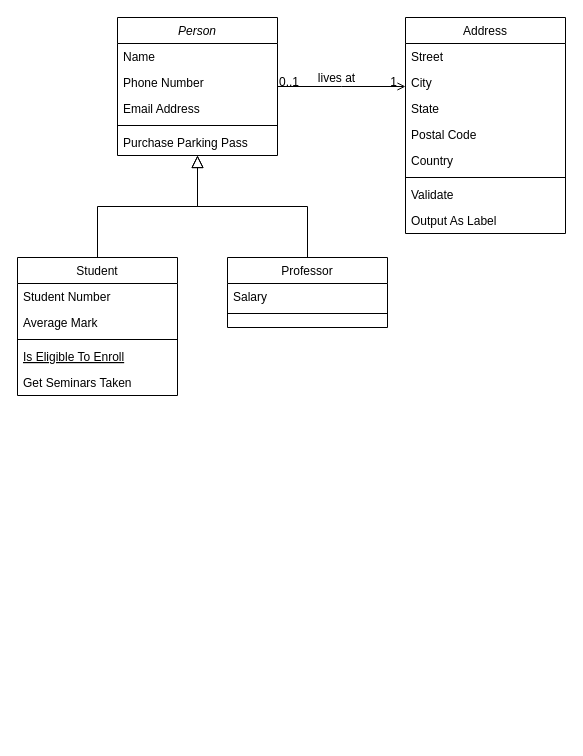
Above: Class-diagram-perpus-digital.drawio in SaniSahrulMuharam/Alur_perpus-digital (draw.io), before the change. Source tidied: cells renumbered, new cells numbered last; positions are measured from the earlier drawing's top-left corner, leaving out a move shared by most shapes. Both pictures are drawn from the tidied source at 100%, with x=0, y=0 at pixel (17, 17).
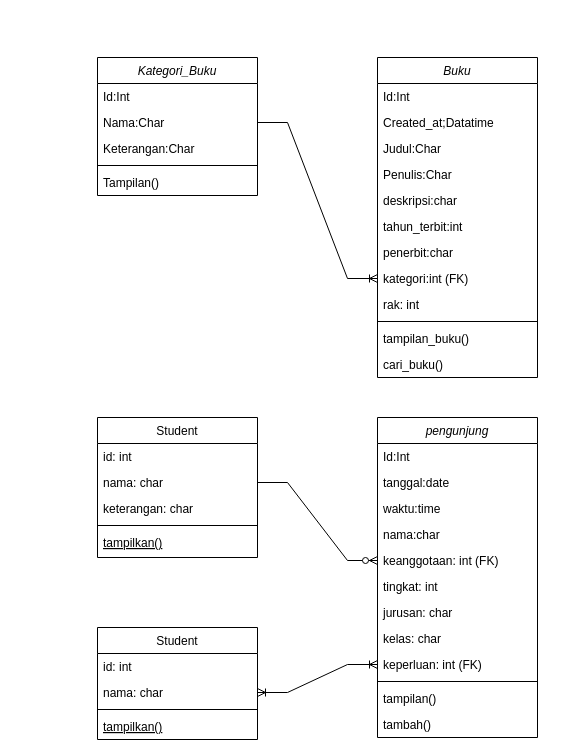
The same diagram, later.

Diff of the diagram source:
```diff
@@
-    <mxCell id="2" value="Person" style="swimlane;fontStyle=2;align=center;verticalAlign=top;horizontal=1;startSize=26;rounded=0;shadow=0;strokeWidth=1;" parent="1" vertex="1">
-      <mxGeometry x="100" width="160" height="138" as="geometry" />
+    <mxCell id="2" value="Kategori_Buku" style="swimlane;fontStyle=2;align=center;verticalAlign=top;horizontal=1;startSize=26;rounded=0;shadow=0;strokeWidth=1;" parent="1" vertex="1">
+      <mxGeometry x="80" y="40" width="160" height="138" as="geometry" />
     </mxCell>
-    <mxCell id="3" value="Name" style="text;align=left;verticalAlign=top;spacingLeft=4;spacingRight=4;overflow=hidden;" parent="2" vertex="1">
+    <mxCell id="3" value="Id:Int" style="text;align=left;verticalAlign=top;spacingLeft=4;spacingRight=4;overflow=hidden;" parent="2" vertex="1">
       <mxGeometry y="26" width="160" height="26" as="geometry" />
     </mxCell>
-    <mxCell id="4" value="Phone Number" style="text;align=left;verticalAlign=top;spacingLeft=4;spacingRight=4;overflow=hidden;points=[[0,0.5],[1,0.5]];portConstraint=eastwest;rounded=0;shadow=0;html=0;" parent="2" vertex="1">
+    <mxCell id="4" value="Nama:Char" style="text;align=left;verticalAlign=top;spacingLeft=4;spacingRight=4;overflow=hidden;points=[[0,0.5],[1,0.5]];portConstraint=eastwest;rounded=0;shadow=0;html=0;" parent="2" vertex="1">
       <mxGeometry y="52" width="160" height="26" as="geometry" />
     </mxCell>
-    <mxCell id="5" value="Email Address" style="text;align=left;verticalAlign=top;spacingLeft=4;spacingRight=4;overflow=hidden;rounded=0;shadow=0;html=0;" parent="2" vertex="1">
+    <mxCell id="5" value="Keterangan:Char" style="text;align=left;verticalAlign=top;spacingLeft=4;spacingRight=4;overflow=hidden;rounded=0;shadow=0;html=0;" parent="2" vertex="1">
       <mxGeometry y="78" width="160" height="26" as="geometry" />
     </mxCell>
@@
-    <mxCell id="7" value="Purchase Parking Pass" style="text;align=left;verticalAlign=top;spacingLeft=4;spacingRight=4;overflow=hidden;" parent="2" vertex="1">
+    <mxCell id="7" value="Tampilan()" style="text;align=left;verticalAlign=top;spacingLeft=4;spacingRight=4;overflow=hidden;" parent="2" vertex="1">
       <mxGeometry y="112" width="160" height="26" as="geometry" />
     </mxCell>
     <mxCell id="8" value="Student" style="swimlane;fontStyle=0;align=center;verticalAlign=top;horizontal=1;startSize=26;rounded=0;shadow=0;strokeWidth=1;" parent="1" vertex="1">
-      <mxGeometry y="240" width="160" height="138" as="geometry" />
+      <mxGeometry x="80" y="400" width="160" height="140" as="geometry" />
     </mxCell>
-    <mxCell id="9" value="Student Number" style="text;align=left;verticalAlign=top;spacingLeft=4;spacingRight=4;overflow=hidden;" parent="8" vertex="1">
+    <mxCell id="9" value="id: int" style="text;align=left;verticalAlign=top;spacingLeft=4;spacingRight=4;overflow=hidden;" parent="8" vertex="1">
       <mxGeometry y="26" width="160" height="26" as="geometry" />
     </mxCell>
-    <mxCell id="10" value="Average Mark" style="text;align=left;verticalAlign=top;spacingLeft=4;spacingRight=4;overflow=hidden;points=[[0,0.5],[1,0.5]];portConstraint=eastwest;rounded=0;shadow=0;html=0;" parent="8" vertex="1">
+    <mxCell id="10" value="nama: char" style="text;align=left;verticalAlign=top;spacingLeft=4;spacingRight=4;overflow=hidden;points=[[0,0.5],[1,0.5]];portConstraint=eastwest;rounded=0;shadow=0;html=0;" parent="8" vertex="1">
       <mxGeometry y="52" width="160" height="26" as="geometry" />
     </mxCell>
+    <mxCell id="32" value="keterangan: char" style="text;align=left;verticalAlign=top;spacingLeft=4;spacingRight=4;overflow=hidden;rounded=0;shadow=0;html=0;" parent="8" vertex="1">
+      <mxGeometry y="78" width="160" height="26" as="geometry" />
+    </mxCell>
     <mxCell id="11" style="line;html=1;strokeWidth=1;align=left;verticalAlign=middle;spacingTop=-1;spacingLeft=3;spacingRight=3;labelPosition=right;" parent="8" vertex="1">
-      <mxGeometry y="78" width="160" height="8" as="geometry" />
+      <mxGeometry y="104" width="160" height="8" as="geometry" />
     </mxCell>
-    <mxCell id="12" value="Is Eligible To Enroll" style="text;align=left;verticalAlign=top;spacingLeft=4;spacingRight=4;overflow=hidden;fontStyle=4;" parent="8" vertex="1">
-      <mxGeometry y="86" width="160" height="26" as="geometry" />
+    <mxCell id="12" value="tampilkan()" style="text;align=left;verticalAlign=top;spacingLeft=4;spacingRight=4;overflow=hidden;fontStyle=4;" parent="8" vertex="1">
+      <mxGeometry y="112" width="160" height="26" as="geometry" />
     </mxCell>
-    <mxCell id="13" value="Get Seminars Taken" style="text;align=left;verticalAlign=top;spacingLeft=4;spacingRight=4;overflow=hidden;" parent="8" vertex="1">
-      <mxGeometry y="112" width="160" height="26" as="geometry" />
-    </mxCell>
-    <mxCell id="14" style="endArrow=block;endSize=10;endFill=0;shadow=0;strokeWidth=1;rounded=0;edgeStyle=elbowEdgeStyle;elbow=vertical;" parent="1" edge="1" source="8" target="2">
-      <mxGeometry relative="1" as="geometry" />
-    </mxCell>
-    <mxCell id="15" value="Professor" style="swimlane;fontStyle=0;align=center;verticalAlign=top;horizontal=1;startSize=26;rounded=0;shadow=0;strokeWidth=1;" parent="1" vertex="1">
-      <mxGeometry x="210" y="240" width="160" height="70" as="geometry" />
-    </mxCell>
-    <mxCell id="16" value="Salary" style="text;align=left;verticalAlign=top;spacingLeft=4;spacingRight=4;overflow=hidden;" parent="15" vertex="1">
-      <mxGeometry y="26" width="160" height="26" as="geometry" />
-    </mxCell>
-    <mxCell id="17" style="line;html=1;strokeWidth=1;align=left;verticalAlign=middle;spacingTop=-1;spacingLeft=3;spacingRight=3;labelPosition=right;" parent="15" vertex="1">
-      <mxGeometry y="52" width="160" height="8" as="geometry" />
-    </mxCell>
-    <mxCell id="18" style="endArrow=block;endSize=10;endFill=0;shadow=0;strokeWidth=1;rounded=0;edgeStyle=elbowEdgeStyle;elbow=vertical;" parent="1" edge="1" source="15" target="2">
-      <mxGeometry relative="1" as="geometry" />
-    </mxCell>
-    <mxCell id="19" value="Address" style="swimlane;fontStyle=0;align=center;verticalAlign=top;horizontal=1;startSize=26;rounded=0;shadow=0;strokeWidth=1;" parent="1" vertex="1">
-      <mxGeometry x="388" width="160" height="216" as="geometry" />
+    <mxCell id="19" value="Buku" style="swimlane;fontStyle=2;align=center;verticalAlign=top;horizontal=1;startSize=26;rounded=0;shadow=0;strokeWidth=1;" parent="1" vertex="1">
+      <mxGeometry x="360" y="40" width="160" height="320" as="geometry" />
     </mxCell>
-    <mxCell id="20" value="Street" style="text;align=left;verticalAlign=top;spacingLeft=4;spacingRight=4;overflow=hidden;" parent="19" vertex="1">
+    <mxCell id="20" value="Id:Int" style="text;align=left;verticalAlign=top;spacingLeft=4;spacingRight=4;overflow=hidden;" parent="19" vertex="1">
       <mxGeometry y="26" width="160" height="26" as="geometry" />
     </mxCell>
-    <mxCell id="21" value="City" style="text;align=left;verticalAlign=top;spacingLeft=4;spacingRight=4;overflow=hidden;rounded=0;shadow=0;html=0;" parent="19" vertex="1">
+    <mxCell id="21" value="Created_at;Datatime" style="text;align=left;verticalAlign=top;spacingLeft=4;spacingRight=4;overflow=hidden;rounded=0;shadow=0;html=0;" parent="19" vertex="1">
       <mxGeometry y="52" width="160" height="26" as="geometry" />
     </mxCell>
-    <mxCell id="22" value="State" style="text;align=left;verticalAlign=top;spacingLeft=4;spacingRight=4;overflow=hidden;rounded=0;shadow=0;html=0;" parent="19" vertex="1">
+    <mxCell id="22" value="Judul:Char" style="text;align=left;verticalAlign=top;spacingLeft=4;spacingRight=4;overflow=hidden;rounded=0;shadow=0;html=0;" parent="19" vertex="1">
       <mxGeometry y="78" width="160" height="26" as="geometry" />
     </mxCell>
-    <mxCell id="23" value="Postal Code" style="text;align=left;verticalAlign=top;spacingLeft=4;spacingRight=4;overflow=hidden;rounded=0;shadow=0;html=0;" parent="19" vertex="1">
+    <mxCell id="23" value="Penulis:Char" style="text;align=left;verticalAlign=top;spacingLeft=4;spacingRight=4;overflow=hidden;rounded=0;shadow=0;html=0;" parent="19" vertex="1">
       <mxGeometry y="104" width="160" height="26" as="geometry" />
     </mxCell>
-    <mxCell id="24" value="Country" style="text;align=left;verticalAlign=top;spacingLeft=4;spacingRight=4;overflow=hidden;rounded=0;shadow=0;html=0;" parent="19" vertex="1">
+    <mxCell id="24" value="deskripsi:char" style="text;align=left;verticalAlign=top;spacingLeft=4;spacingRight=4;overflow=hidden;rounded=0;shadow=0;html=0;" parent="19" vertex="1">
       <mxGeometry y="130" width="160" height="26" as="geometry" />
     </mxCell>
+    <mxCell id="33" value="tahun_terbit:int" style="text;align=left;verticalAlign=top;spacingLeft=4;spacingRight=4;overflow=hidden;rounded=0;shadow=0;html=0;" parent="19" vertex="1">
+      <mxGeometry y="156" width="160" height="26" as="geometry" />
+    </mxCell>
+    <mxCell id="34" value="penerbit:char" style="text;align=left;verticalAlign=top;spacingLeft=4;spacingRight=4;overflow=hidden;rounded=0;shadow=0;html=0;" parent="19" vertex="1">
+      <mxGeometry y="182" width="160" height="26" as="geometry" />
+    </mxCell>
+    <mxCell id="35" value="kategori:int (FK)" style="text;align=left;verticalAlign=top;spacingLeft=4;spacingRight=4;overflow=hidden;points=[[0,0.5],[1,0.5]];portConstraint=eastwest;rounded=0;shadow=0;html=0;" parent="19" vertex="1">
+      <mxGeometry y="208" width="160" height="26" as="geometry" />
+    </mxCell>
+    <mxCell id="36" value="rak: int" style="text;align=left;verticalAlign=top;spacingLeft=4;spacingRight=4;overflow=hidden;rounded=0;shadow=0;html=0;" parent="19" vertex="1">
+      <mxGeometry y="234" width="160" height="26" as="geometry" />
+    </mxCell>
     <mxCell id="25" style="line;html=1;strokeWidth=1;align=left;verticalAlign=middle;spacingTop=-1;spacingLeft=3;spacingRight=3;labelPosition=right;" parent="19" vertex="1">
-      <mxGeometry y="156" width="160" height="8" as="geometry" />
+      <mxGeometry y="260" width="160" height="8" as="geometry" />
     </mxCell>
-    <mxCell id="26" value="Validate" style="text;align=left;verticalAlign=top;spacingLeft=4;spacingRight=4;overflow=hidden;" parent="19" vertex="1">
-      <mxGeometry y="164" width="160" height="26" as="geometry" />
+    <mxCell id="26" value="tampilan_buku()" style="text;align=left;verticalAlign=top;spacingLeft=4;spacingRight=4;overflow=hidden;" parent="19" vertex="1">
+      <mxGeometry y="268" width="160" height="26" as="geometry" />
     </mxCell>
-    <mxCell id="27" value="Output As Label" style="text;align=left;verticalAlign=top;spacingLeft=4;spacingRight=4;overflow=hidden;" parent="19" vertex="1">
-      <mxGeometry y="190" width="160" height="26" as="geometry" />
+    <mxCell id="27" value="cari_buku()" style="text;align=left;verticalAlign=top;spacingLeft=4;spacingRight=4;overflow=hidden;" parent="19" vertex="1">
+      <mxGeometry y="294" width="160" height="26" as="geometry" />
     </mxCell>
-    <mxCell id="28" style="endArrow=open;shadow=0;strokeWidth=1;rounded=0;endFill=1;edgeStyle=elbowEdgeStyle;elbow=vertical;" parent="1" edge="1" source="2" target="19">
-      <mxGeometry x="0.5" y="41" relative="1" as="geometry">
-        <mxPoint x="-40" y="32" as="offset" />
-      </mxGeometry>
-    </mxCell>
-    <mxCell id="29" value="0..1" style="align=left;verticalAlign=bottom;labelBackgroundColor=none;fontSize=12;" parent="28" vertex="1">
-      <mxGeometry x="-1" relative="1" as="geometry">
-        <mxPoint y="4" as="offset" />
-      </mxGeometry>
-    </mxCell>
-    <mxCell id="30" value="1" style="align=right;verticalAlign=bottom;labelBackgroundColor=none;fontSize=12;" parent="28" vertex="1">
-      <mxGeometry x="1" relative="1" as="geometry">
-        <mxPoint x="-7" y="4" as="offset" />
-      </mxGeometry>
-    </mxCell>
-    <mxCell id="31" value="lives at" style="text;html=1;align=center;verticalAlign=middle;labelBackgroundColor=none;rounded=0;shadow=0;strokeWidth=1;fontSize=12;" parent="28" vertex="1">
-      <mxGeometry x="0.5" y="49" relative="1" as="geometry">
-        <mxPoint x="-38" y="40" as="offset" />
-      </mxGeometry>
-    </mxCell>
+    <mxCell id="37" value="pengunjung" style="swimlane;fontStyle=2;align=center;verticalAlign=top;horizontal=1;startSize=26;rounded=0;shadow=0;strokeWidth=1;" parent="1" vertex="1">
+      <mxGeometry x="360" y="400" width="160" height="320" as="geometry" />
+    </mxCell>
+    <mxCell id="38" value="Id:Int" style="text;align=left;verticalAlign=top;spacingLeft=4;spacingRight=4;overflow=hidden;" parent="37" vertex="1">
+      <mxGeometry y="26" width="160" height="26" as="geometry" />
+    </mxCell>
+    <mxCell id="39" value="tanggal:date" style="text;align=left;verticalAlign=top;spacingLeft=4;spacingRight=4;overflow=hidden;rounded=0;shadow=0;html=0;" parent="37" vertex="1">
+      <mxGeometry y="52" width="160" height="26" as="geometry" />
+    </mxCell>
+    <mxCell id="40" value="waktu:time" style="text;align=left;verticalAlign=top;spacingLeft=4;spacingRight=4;overflow=hidden;rounded=0;shadow=0;html=0;" parent="37" vertex="1">
+      <mxGeometry y="78" width="160" height="26" as="geometry" />
+    </mxCell>
+    <mxCell id="41" value="nama:char" style="text;align=left;verticalAlign=top;spacingLeft=4;spacingRight=4;overflow=hidden;rounded=0;shadow=0;html=0;" parent="37" vertex="1">
+      <mxGeometry y="104" width="160" height="26" as="geometry" />
+    </mxCell>
+    <mxCell id="42" value="keanggotaan: int (FK)" style="text;align=left;verticalAlign=top;spacingLeft=4;spacingRight=4;overflow=hidden;points=[[0,0.5],[1,0.5]];portConstraint=eastwest;rounded=0;shadow=0;html=0;" parent="37" vertex="1">
+      <mxGeometry y="130" width="160" height="26" as="geometry" />
+    </mxCell>
+    <mxCell id="43" value="tingkat: int" style="text;align=left;verticalAlign=top;spacingLeft=4;spacingRight=4;overflow=hidden;rounded=0;shadow=0;html=0;" parent="37" vertex="1">
+      <mxGeometry y="156" width="160" height="26" as="geometry" />
+    </mxCell>
+    <mxCell id="44" value="jurusan: char" style="text;align=left;verticalAlign=top;spacingLeft=4;spacingRight=4;overflow=hidden;rounded=0;shadow=0;html=0;" parent="37" vertex="1">
+      <mxGeometry y="182" width="160" height="26" as="geometry" />
+    </mxCell>
+    <mxCell id="45" value="kelas: char" style="text;align=left;verticalAlign=top;spacingLeft=4;spacingRight=4;overflow=hidden;rounded=0;shadow=0;html=0;" parent="37" vertex="1">
+      <mxGeometry y="208" width="160" height="26" as="geometry" />
+    </mxCell>
+    <mxCell id="46" value="keperluan: int (FK)" style="text;align=left;verticalAlign=top;spacingLeft=4;spacingRight=4;overflow=hidden;points=[[0,0.5],[1,0.5]];portConstraint=eastwest;rounded=0;shadow=0;html=0;" parent="37" vertex="1">
+      <mxGeometry y="234" width="160" height="26" as="geometry" />
+    </mxCell>
+    <mxCell id="47" style="line;html=1;strokeWidth=1;align=left;verticalAlign=middle;spacingTop=-1;spacingLeft=3;spacingRight=3;labelPosition=right;" parent="37" vertex="1">
+      <mxGeometry y="260" width="160" height="8" as="geometry" />
+    </mxCell>
+    <mxCell id="48" value="tampilan()" style="text;align=left;verticalAlign=top;spacingLeft=4;spacingRight=4;overflow=hidden;" parent="37" vertex="1">
+      <mxGeometry y="268" width="160" height="26" as="geometry" />
+    </mxCell>
+    <mxCell id="49" value="tambah()" style="text;align=left;verticalAlign=top;spacingLeft=4;spacingRight=4;overflow=hidden;" parent="37" vertex="1">
+      <mxGeometry y="294" width="160" height="26" as="geometry" />
+    </mxCell>
+    <mxCell id="50" value="Student" style="swimlane;fontStyle=0;align=center;verticalAlign=top;horizontal=1;startSize=26;rounded=0;shadow=0;strokeWidth=1;" parent="1" vertex="1">
+      <mxGeometry x="80" y="610" width="160" height="112" as="geometry" />
+    </mxCell>
+    <mxCell id="51" value="id: int" style="text;align=left;verticalAlign=top;spacingLeft=4;spacingRight=4;overflow=hidden;" parent="50" vertex="1">
+      <mxGeometry y="26" width="160" height="26" as="geometry" />
+    </mxCell>
+    <mxCell id="52" value="nama: char" style="text;align=left;verticalAlign=top;spacingLeft=4;spacingRight=4;overflow=hidden;points=[[0,0.5],[1,0.5]];portConstraint=eastwest;rounded=0;shadow=0;html=0;" parent="50" vertex="1">
+      <mxGeometry y="52" width="160" height="26" as="geometry" />
+    </mxCell>
+    <mxCell id="53" style="line;html=1;strokeWidth=1;align=left;verticalAlign=middle;spacingTop=-1;spacingLeft=3;spacingRight=3;labelPosition=right;" parent="50" vertex="1">
+      <mxGeometry y="78" width="160" height="8" as="geometry" />
+    </mxCell>
+    <mxCell id="54" value="tampilkan()" style="text;align=left;verticalAlign=top;spacingLeft=4;spacingRight=4;overflow=hidden;fontStyle=4;" parent="50" vertex="1">
+      <mxGeometry y="86" width="160" height="26" as="geometry" />
+    </mxCell>
+    <mxCell id="55" style="edgeStyle=entityRelationEdgeStyle;fontSize=12;html=1;endArrow=ERoneToMany;rounded=0;exitX=1;exitY=0.5;exitDx=0;exitDy=0;entryX=0;entryY=0.5;entryDx=0;entryDy=0;" parent="1" edge="1" source="4" target="35">
+      <mxGeometry relative="1" as="geometry" />
+    </mxCell>
+    <mxCell id="56" style="edgeStyle=entityRelationEdgeStyle;fontSize=12;html=1;endArrow=ERzeroToMany;endFill=1;rounded=0;exitX=1;exitY=0.5;exitDx=0;exitDy=0;entryX=0;entryY=0.5;entryDx=0;entryDy=0;" parent="1" edge="1" source="10" target="42">
+      <mxGeometry relative="1" as="geometry" />
+    </mxCell>
+    <mxCell id="57" style="edgeStyle=entityRelationEdgeStyle;fontSize=12;html=1;endArrow=ERoneToMany;startArrow=ERoneToMany;rounded=0;exitX=1;exitY=0.5;exitDx=0;exitDy=0;entryX=0;entryY=0.5;entryDx=0;entryDy=0;" parent="1" edge="1" source="52" target="46">
+      <mxGeometry relative="1" as="geometry" />
+    </mxCell>
```
